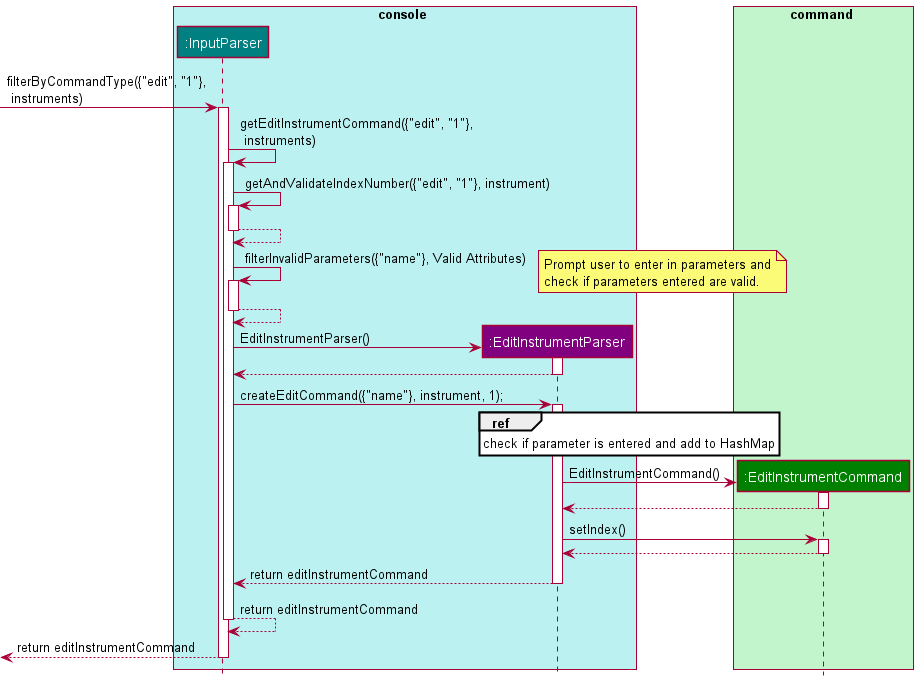
Earlier version of the PlantUML export docs/images/EditInstrumentSequenceDiagram.png (williamlamjy/mTracker).
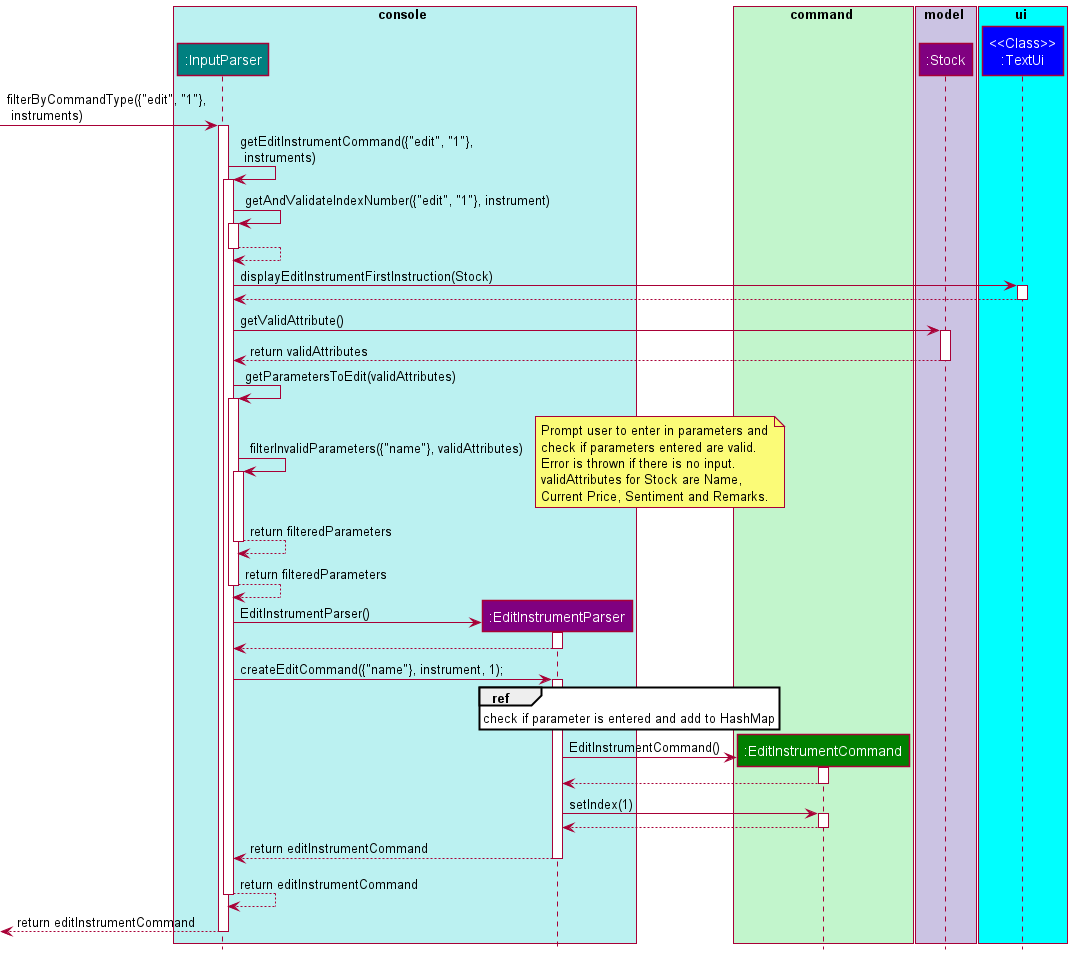
Above is the later version.

Change to the diagram source:
```diff
@@ -8,6 +8,14 @@
 
 box command COLOR_FAINT_GREEN
 participant ":EditInstrumentCommand" as EditInstrumentCommand COLOR_COMMANDS
+end box
+
+box model COLOR_MODEL_SEGMENT
+participant ":Stock" as Instrument COLOR_MODEL
+end box
+
+box ui COLOR_LIGHT_BLUE
+participant "<<Class>>\n:TextUi" as TextUi COLOR_UI
 end box
 
 [-> InputParser : filterByCommandType({"edit", "1"},\n instruments)
@@ -22,12 +30,26 @@
 InputParser --> InputParser
 deactivate InputParser
 
-InputParser -> InputParser: filterInvalidParameters({"name"}, Valid Attributes)
-note right: Prompt user to enter in parameters and\ncheck if parameters entered are valid.
+InputParser -> TextUi: displayEditInstrumentFirstInstruction(Stock)
+activate TextUi
+TextUi --> InputParser
+deactivate TextUi
+
+InputParser -> Instrument: getValidAttribute()
+activate Instrument
+Instrument --> InputParser: return validAttributes
+deactivate Instrument
+
+InputParser -> InputParser: getParametersToEdit(validAttributes)
 activate InputParser
-InputParser --> InputParser
+
+InputParser -> InputParser: filterInvalidParameters({"name"}, validAttributes)
+note right: Prompt user to enter in parameters and\ncheck if parameters entered are valid.\nError is thrown if there is no input.\nvalidAttributes for Stock are Name,\nCurrent Price, Sentiment and Remarks.
+activate InputParser
+InputParser --> InputParser: return filteredParameters
 deactivate InputParser
-
+InputParser --> InputParser: return filteredParameters
+deactivate InputParser
 
 create EditInstrumentParser
 InputParser -> EditInstrumentParser: EditInstrumentParser()
@@ -48,7 +70,7 @@
 EditInstrumentCommand --> EditInstrumentParser
 deactivate EditInstrumentCommand
 
-EditInstrumentParser -> EditInstrumentCommand: setIndex()
+EditInstrumentParser -> EditInstrumentCommand: setIndex(1)
 activate EditInstrumentCommand
 EditInstrumentCommand --> EditInstrumentParser
 deactivate EditInstrumentCommand
```
